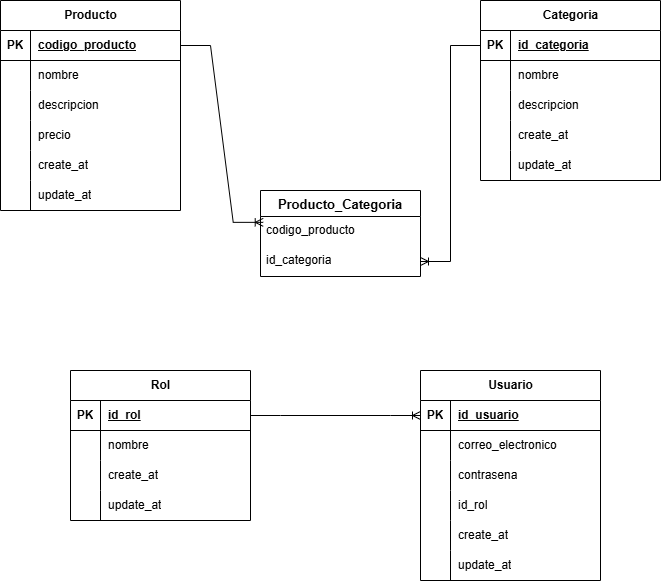
This is docs/Img/Diagrama_ER.drawio.png from JosselineMH/Catalogo_Productos, a draw.io export, as it was before one commit. Source tidied: cells renumbered, new cells last; positions are measured from the earlier drawing's top-left corner, leaving out a move shared by most shapes.
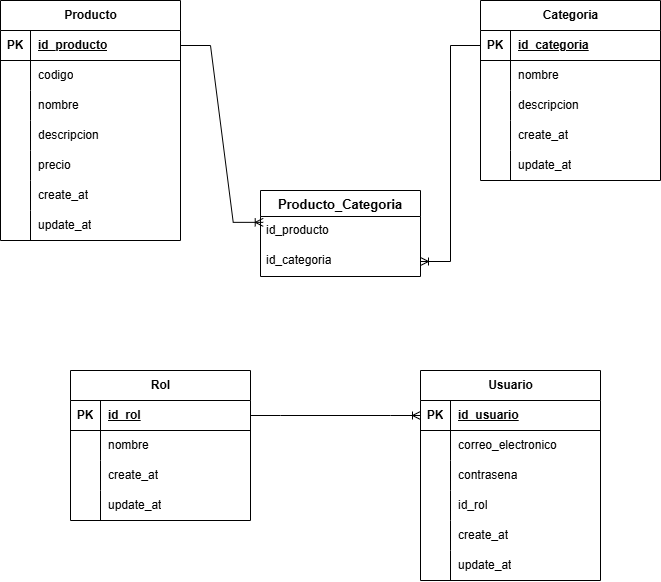
Above is the later version.

Diff of the diagram source:
```diff
@@ -3,7 +3,7 @@
     <mxCell id="0" />
     <mxCell id="1" parent="0" />
     <mxCell id="2" value="Producto" style="shape=table;startSize=30;rowLines=0;fontStyle=1;align=center;html=1;miterlimit=4;" parent="1" vertex="1">
-      <mxGeometry width="180" height="210" as="geometry" />
+      <mxGeometry width="180" height="240" as="geometry" />
     </mxCell>
     <mxCell id="3" style="shape=tableRow;horizontal=0;startSize=0;swimlaneHead=0;swimlaneBody=0;fillColor=none;points=[[0,0.5],[1,0.5]];portConstraint=eastwest;top=0;left=0;right=0;bottom=1;" parent="2" vertex="1">
       <mxGeometry y="30" width="180" height="30" as="geometry" />
@@ -11,11 +11,20 @@
     <mxCell id="4" value="PK" style="shape=partialRectangle;fillColor=none;top=0;left=0;bottom=0;right=0;fontStyle=1;overflow=hidden;whiteSpace=wrap;html=1;" parent="3" vertex="1">
       <mxGeometry width="30" height="30" as="geometry" />
     </mxCell>
-    <mxCell id="5" value="codigo_producto" style="shape=partialRectangle;fillColor=none;top=0;left=0;bottom=0;right=0;align=left;spacingLeft=6;fontStyle=5;overflow=hidden;whiteSpace=wrap;html=1;" parent="3" vertex="1">
+    <mxCell id="5" value="id_producto" style="shape=partialRectangle;fillColor=none;top=0;left=0;bottom=0;right=0;align=left;spacingLeft=6;fontStyle=5;overflow=hidden;whiteSpace=wrap;html=1;" parent="3" vertex="1">
       <mxGeometry x="30" width="150" height="30" as="geometry" />
     </mxCell>
+    <mxCell id="75" style="shape=tableRow;horizontal=0;startSize=0;swimlaneHead=0;swimlaneBody=0;fillColor=none;top=0;left=0;right=0;bottom=0;" parent="2" vertex="1">
+      <mxGeometry y="60" width="180" height="30" as="geometry" />
+    </mxCell>
+    <mxCell id="76" style="shape=partialRectangle;fillColor=none;top=0;left=0;bottom=0;right=0;overflow=hidden;whiteSpace=wrap;html=1;" parent="75" vertex="1">
+      <mxGeometry width="30" height="30" as="geometry" />
+    </mxCell>
+    <mxCell id="77" value="codigo" style="shape=partialRectangle;fillColor=none;top=0;left=0;bottom=0;right=0;align=left;spacingLeft=6;overflow=hidden;whiteSpace=wrap;html=1;miterlimit=5;" parent="75" vertex="1">
+      <mxGeometry x="30" width="150" height="30" as="geometry" />
+    </mxCell>
     <mxCell id="6" style="shape=tableRow;horizontal=0;startSize=0;swimlaneHead=0;swimlaneBody=0;fillColor=none;top=0;left=0;right=0;bottom=0;" parent="2" vertex="1">
-      <mxGeometry y="60" width="180" height="30" as="geometry" />
+      <mxGeometry y="90" width="180" height="30" as="geometry" />
     </mxCell>
     <mxCell id="7" style="shape=partialRectangle;fillColor=none;top=0;left=0;bottom=0;right=0;overflow=hidden;whiteSpace=wrap;html=1;" parent="6" vertex="1">
       <mxGeometry width="30" height="30" as="geometry" />
@@ -24,7 +33,7 @@
       <mxGeometry x="30" width="150" height="30" as="geometry" />
     </mxCell>
     <mxCell id="9" style="shape=tableRow;horizontal=0;startSize=0;swimlaneHead=0;swimlaneBody=0;fillColor=none;top=0;left=0;right=0;bottom=0;" parent="2" vertex="1">
-      <mxGeometry y="90" width="180" height="30" as="geometry" />
+      <mxGeometry y="120" width="180" height="30" as="geometry" />
     </mxCell>
     <mxCell id="10" style="shape=partialRectangle;fillColor=none;top=0;left=0;bottom=0;right=0;overflow=hidden;whiteSpace=wrap;html=1;" parent="9" vertex="1">
       <mxGeometry width="30" height="30" as="geometry" />
@@ -33,7 +42,7 @@
       <mxGeometry x="30" width="150" height="30" as="geometry" />
     </mxCell>
     <mxCell id="12" style="shape=tableRow;horizontal=0;startSize=0;swimlaneHead=0;swimlaneBody=0;fillColor=none;top=0;left=0;right=0;bottom=0;" parent="2" vertex="1">
-      <mxGeometry y="120" width="180" height="30" as="geometry" />
+      <mxGeometry y="150" width="180" height="30" as="geometry" />
     </mxCell>
     <mxCell id="13" style="shape=partialRectangle;fillColor=none;top=0;left=0;bottom=0;right=0;overflow=hidden;whiteSpace=wrap;html=1;" parent="12" vertex="1">
       <mxGeometry width="30" height="30" as="geometry" />
@@ -42,7 +51,7 @@
       <mxGeometry x="30" width="150" height="30" as="geometry" />
     </mxCell>
     <mxCell id="15" style="shape=tableRow;horizontal=0;startSize=0;swimlaneHead=0;swimlaneBody=0;fillColor=none;top=0;left=0;right=0;bottom=0;" parent="2" vertex="1">
-      <mxGeometry y="150" width="180" height="30" as="geometry" />
+      <mxGeometry y="180" width="180" height="30" as="geometry" />
     </mxCell>
     <mxCell id="16" style="shape=partialRectangle;fillColor=none;top=0;left=0;bottom=0;right=0;overflow=hidden;whiteSpace=wrap;html=1;" parent="15" vertex="1">
       <mxGeometry width="30" height="30" as="geometry" />
@@ -51,7 +60,7 @@
       <mxGeometry x="30" width="150" height="30" as="geometry" />
     </mxCell>
     <mxCell id="18" style="shape=tableRow;horizontal=0;startSize=0;swimlaneHead=0;swimlaneBody=0;fillColor=none;top=0;left=0;right=0;bottom=0;" parent="2" vertex="1">
-      <mxGeometry y="180" width="180" height="30" as="geometry" />
+      <mxGeometry y="210" width="180" height="30" as="geometry" />
     </mxCell>
     <mxCell id="19" style="shape=partialRectangle;fillColor=none;top=0;left=0;bottom=0;right=0;overflow=hidden;whiteSpace=wrap;html=1;" parent="18" vertex="1">
       <mxGeometry width="30" height="30" as="geometry" />
@@ -110,7 +119,7 @@
     <mxCell id="37" value="Producto_Categoria" style="swimlane;fontStyle=1;horizontal=1;startSize=26;align=center;fontSize=13;" parent="1" vertex="1">
       <mxGeometry x="260" y="190" width="160" height="86" as="geometry" />
     </mxCell>
-    <mxCell id="38" value="codigo_producto" style="text;strokeColor=none;fillColor=none;spacingLeft=4;spacingRight=4;overflow=hidden;points=[[0,0.5],[1,0.5]];portConstraint=eastwest;fontSize=12;whiteSpace=wrap;html=1;" parent="37" vertex="1">
+    <mxCell id="38" value="id_producto" style="text;strokeColor=none;fillColor=none;spacingLeft=4;spacingRight=4;overflow=hidden;points=[[0,0.5],[1,0.5]];portConstraint=eastwest;fontSize=12;whiteSpace=wrap;html=1;" parent="37" vertex="1">
       <mxGeometry y="26" width="160" height="30" as="geometry" />
     </mxCell>
     <mxCell id="39" value="id_categoria" style="text;strokeColor=none;fillColor=none;spacingLeft=4;spacingRight=4;overflow=hidden;points=[[0,0.5],[1,0.5]];portConstraint=eastwest;fontSize=12;whiteSpace=wrap;html=1;" parent="37" vertex="1">
```
